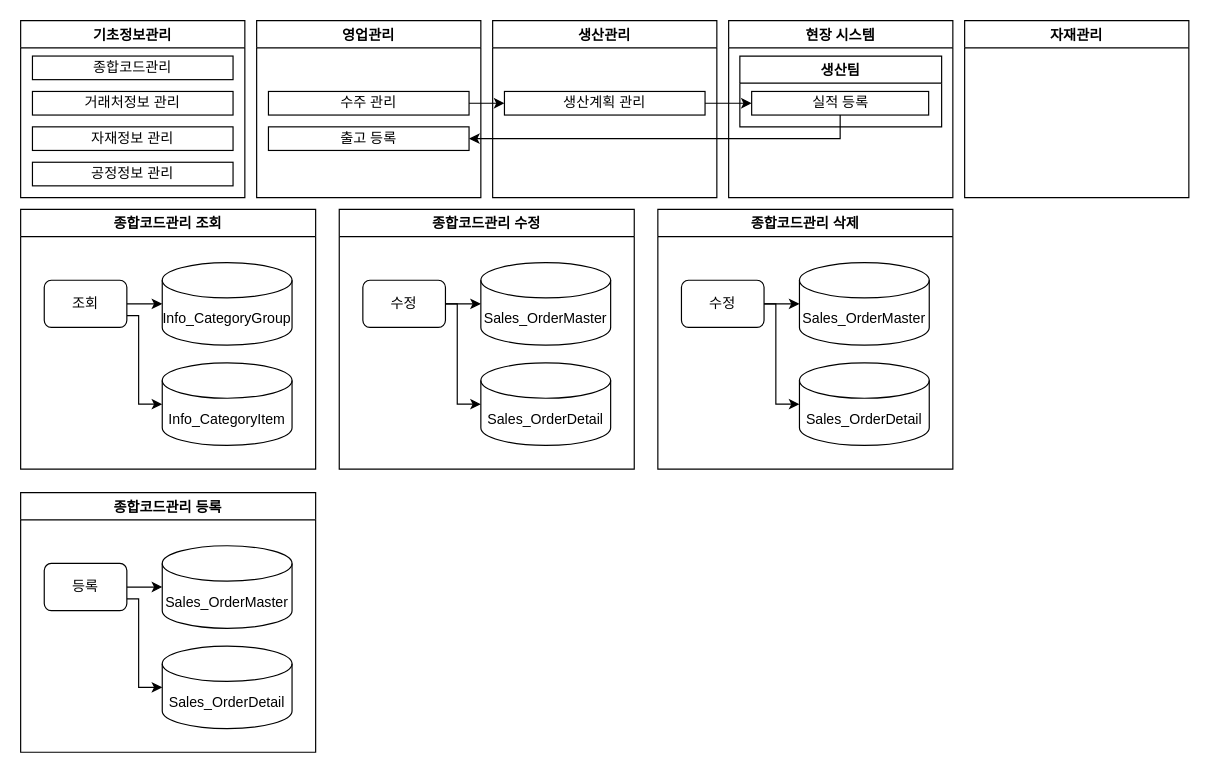
The draw.io diagram page "종합코드관리" (1 of 18) of 00. 설계/모듈 설계.drawio in QYnote/MES, before the edit. Source tidied: cells renumbered, new cells numbered last; positions are measured from the earlier drawing's top-left corner, leaving out a move shared by most shapes. Both pictures are drawn from the tidied source at 118%, with x=0, y=0 at pixel (20, 20).
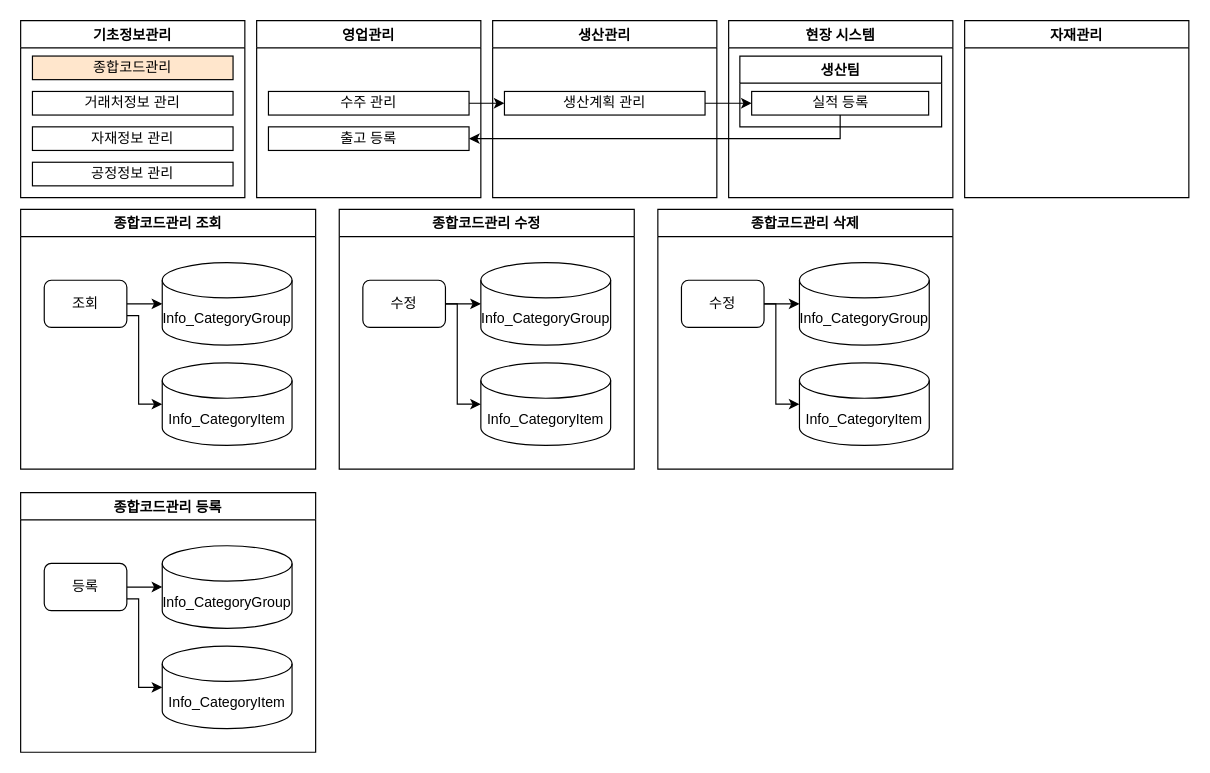
Above is the later version.

Unchanged cells that the change refers to:
```xml
<mxCell id="20" value="종합코드관리 등록" style="swimlane;fillColor=#FFFFFF;" parent="1" vertex="1">
  <mxGeometry y="400" width="250" height="220" as="geometry" />
</mxCell>
<mxCell id="26" value="종합코드관리 수정" style="swimlane;fillColor=#FFFFFF;" parent="1" vertex="1">
  <mxGeometry x="270" y="160" width="250" height="220" as="geometry" />
</mxCell>
<mxCell id="32" value="종합코드관리 삭제" style="swimlane;fillColor=#FFFFFF;" parent="1" vertex="1">
  <mxGeometry x="540" y="160" width="250" height="220" as="geometry" />
</mxCell>
<mxCell id="38" value="기초정보관리" style="swimlane;" parent="1" vertex="1">
  <mxGeometry width="190" height="150" as="geometry" />
</mxCell>
```

The edit, as a diff of the source:
```diff
@@
-    <mxCell id="21" value="Sales_OrderMaster" style="shape=cylinder3;whiteSpace=wrap;html=1;boundedLbl=1;backgroundOutline=1;size=15;fillColor=#ffffff;" parent="20" vertex="1">
+    <mxCell id="21" value="Info_CategoryGroup" style="shape=cylinder3;whiteSpace=wrap;html=1;boundedLbl=1;backgroundOutline=1;size=15;fillColor=#ffffff;" parent="20" vertex="1">
       <mxGeometry x="120" y="45" width="110" height="70" as="geometry" />
     </mxCell>
-    <mxCell id="22" value="Sales_OrderDetail" style="shape=cylinder3;whiteSpace=wrap;html=1;boundedLbl=1;backgroundOutline=1;size=15;fillColor=#ffffff;" parent="20" vertex="1">
+    <mxCell id="22" value="Info_CategoryItem" style="shape=cylinder3;whiteSpace=wrap;html=1;boundedLbl=1;backgroundOutline=1;size=15;fillColor=#ffffff;" parent="20" vertex="1">
       <mxGeometry x="120" y="130" width="110" height="70" as="geometry" />
     </mxCell>
@@
-    <mxCell id="27" value="Sales_OrderMaster" style="shape=cylinder3;whiteSpace=wrap;html=1;boundedLbl=1;backgroundOutline=1;size=15;fillColor=#ffffff;" parent="26" vertex="1">
+    <mxCell id="27" value="Info_CategoryGroup" style="shape=cylinder3;whiteSpace=wrap;html=1;boundedLbl=1;backgroundOutline=1;size=15;fillColor=#ffffff;" parent="26" vertex="1">
       <mxGeometry x="120" y="45" width="110" height="70" as="geometry" />
     </mxCell>
-    <mxCell id="28" value="Sales_OrderDetail" style="shape=cylinder3;whiteSpace=wrap;html=1;boundedLbl=1;backgroundOutline=1;size=15;fillColor=#ffffff;" parent="26" vertex="1">
+    <mxCell id="28" value="Info_CategoryItem" style="shape=cylinder3;whiteSpace=wrap;html=1;boundedLbl=1;backgroundOutline=1;size=15;fillColor=#ffffff;" parent="26" vertex="1">
       <mxGeometry x="120" y="130" width="110" height="70" as="geometry" />
     </mxCell>
@@
-    <mxCell id="33" value="Sales_OrderMaster" style="shape=cylinder3;whiteSpace=wrap;html=1;boundedLbl=1;backgroundOutline=1;size=15;fillColor=#ffffff;" parent="32" vertex="1">
+    <mxCell id="33" value="Info_CategoryGroup" style="shape=cylinder3;whiteSpace=wrap;html=1;boundedLbl=1;backgroundOutline=1;size=15;fillColor=#ffffff;" parent="32" vertex="1">
       <mxGeometry x="120" y="45" width="110" height="70" as="geometry" />
     </mxCell>
-    <mxCell id="34" value="Sales_OrderDetail" style="shape=cylinder3;whiteSpace=wrap;html=1;boundedLbl=1;backgroundOutline=1;size=15;fillColor=#ffffff;" parent="32" vertex="1">
+    <mxCell id="34" value="Info_CategoryItem" style="shape=cylinder3;whiteSpace=wrap;html=1;boundedLbl=1;backgroundOutline=1;size=15;fillColor=#ffffff;" parent="32" vertex="1">
       <mxGeometry x="120" y="130" width="110" height="70" as="geometry" />
     </mxCell>
@@
-    <mxCell id="39" value="종합코드관리" style="rounded=0;whiteSpace=wrap;html=1;fillColor=#FFFFFF;" parent="38" vertex="1">
+    <mxCell id="39" value="종합코드관리" style="rounded=0;whiteSpace=wrap;html=1;fillColor=#FFE6CC;" parent="38" vertex="1">
       <mxGeometry x="10" y="30" width="170" height="20" as="geometry" />
     </mxCell>
```
